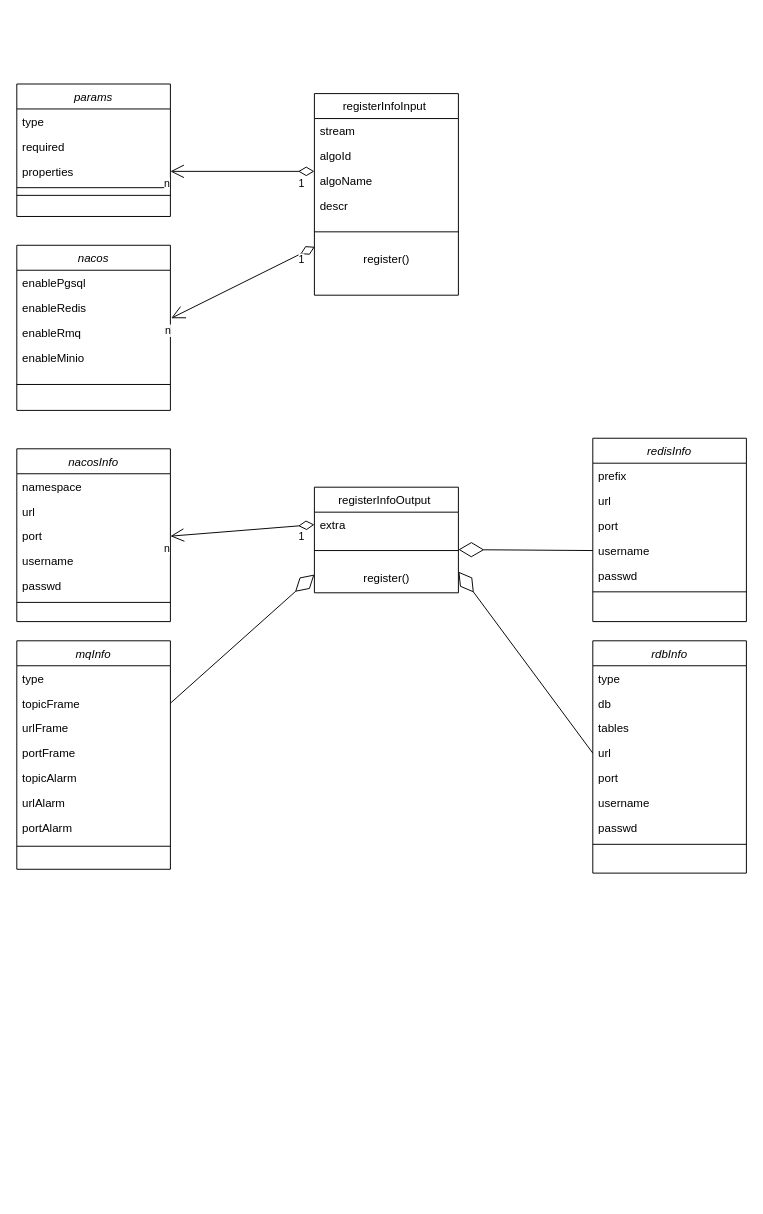
Earlier version of the draw.io diagram 类图.drawio (monster-46173/ProgramingPractice). Source tidied: cells renumbered, new cells numbered last; positions are measured from the earlier drawing's top-left corner, leaving out a move shared by most shapes. Both pictures are drawn from the tidied source at 96%, with x=0, y=0 at pixel (16, 84).
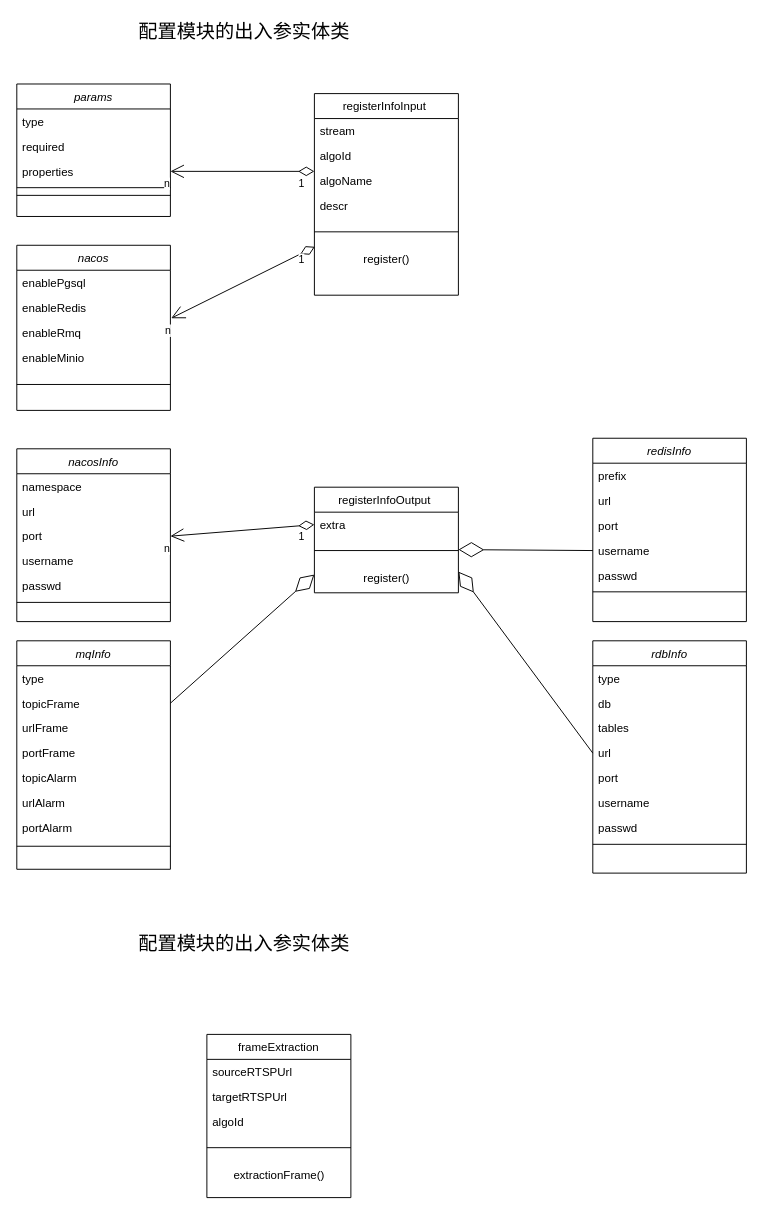
Above is the later version.

The edit, as a diff of the source:
```diff
@@
+    <mxCell id="69" value="&lt;font style=&quot;font-size: 20px;&quot;&gt;配置模块的出入参实体类&lt;/font&gt;" style="text;html=1;align=center;verticalAlign=middle;whiteSpace=wrap;rounded=0;" parent="1" vertex="1">
+      <mxGeometry x="74" y="-70" width="326" height="30" as="geometry" />
+    </mxCell>
+    <mxCell id="70" value="&lt;font style=&quot;font-size: 20px;&quot;&gt;配置模块的出入参实体类&lt;/font&gt;" style="text;html=1;align=center;verticalAlign=middle;whiteSpace=wrap;rounded=0;" parent="1" vertex="1">
+      <mxGeometry x="74" y="880" width="326" height="30" as="geometry" />
+    </mxCell>
+    <mxCell id="71" value="frameExtraction" style="swimlane;fontStyle=0;align=center;verticalAlign=top;horizontal=1;startSize=26;rounded=0;shadow=0;strokeWidth=1;" parent="1" vertex="1">
+      <mxGeometry x="198" y="990" width="150" height="170" as="geometry" />
+    </mxCell>
+    <mxCell id="72" value="sourceRTSPUrl" style="text;align=left;verticalAlign=top;spacingLeft=4;spacingRight=4;overflow=hidden;" parent="71" vertex="1">
+      <mxGeometry y="26" width="150" height="26" as="geometry" />
+    </mxCell>
+    <mxCell id="73" value="targetRTSPUrl" style="text;align=left;verticalAlign=top;spacingLeft=4;spacingRight=4;overflow=hidden;rounded=0;shadow=0;html=0;" parent="71" vertex="1">
+      <mxGeometry y="52" width="150" height="26" as="geometry" />
+    </mxCell>
+    <mxCell id="74" value="algoId&#10;" style="text;align=left;verticalAlign=top;spacingLeft=4;spacingRight=4;overflow=hidden;rounded=0;shadow=0;html=0;" parent="71" vertex="1">
+      <mxGeometry y="78" width="150" height="26" as="geometry" />
+    </mxCell>
+    <mxCell id="75" style="line;html=1;strokeWidth=1;align=left;verticalAlign=middle;spacingTop=-1;spacingLeft=3;spacingRight=3;labelPosition=right;" parent="71" vertex="1">
+      <mxGeometry y="104" width="150" height="28" as="geometry" />
+    </mxCell>
+    <mxCell id="76" value="extractionFrame()" style="text;html=1;align=center;verticalAlign=middle;strokeColor=none;fillColor=none;" parent="71" vertex="1">
+      <mxGeometry y="132" width="150" height="30" as="geometry" />
+    </mxCell>
```
